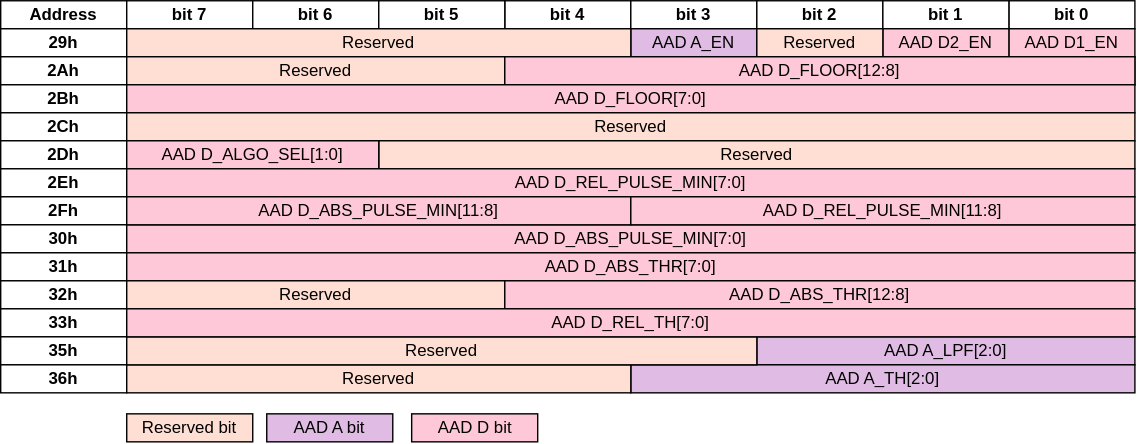
Earlier version of the draw.io export 01-Report/diagram/mic-register-map.drawio.svg (DrinkDark/Master_TM_DataCollar). Source tidied: cells renumbered, new cells last; positions are measured from the earlier drawing's top-left corner, leaving out a move shared by most shapes.
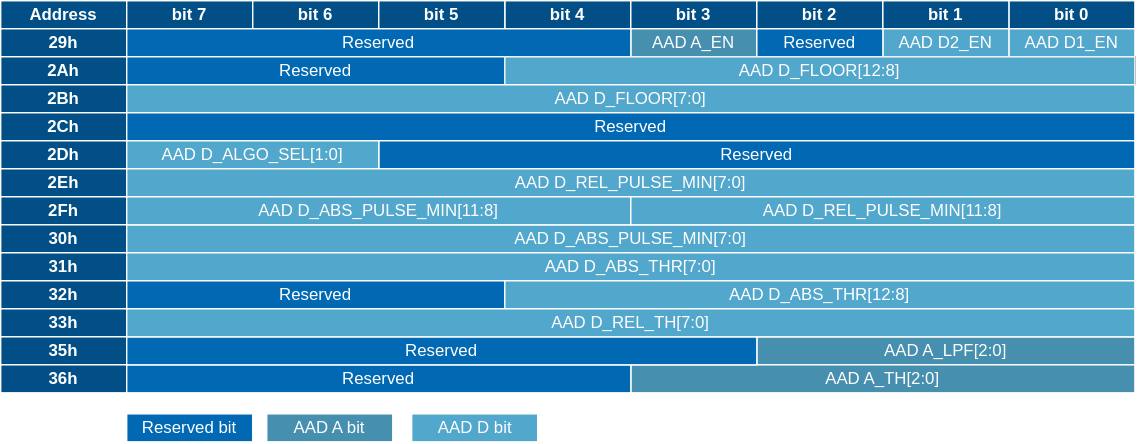
The same diagram one commit later.

Diff of the diagram source:
```diff
@@ -2,151 +2,154 @@
   <root>
     <mxCell id="0" />
     <mxCell id="1" parent="0" />
-    <mxCell id="2" value="Address" style="rounded=0;whiteSpace=wrap;html=1;fontStyle=1;fontSize=12;" parent="1" vertex="1">
+    <mxCell id="2" value="Address" style="rounded=0;whiteSpace=wrap;html=1;fontStyle=1;fontSize=12;strokeColor=#FFFFFF;fillColor=#014F86;fontColor=#FFFFFF;" parent="1" vertex="1">
       <mxGeometry width="90" height="20" as="geometry" />
     </mxCell>
-    <mxCell id="3" value="bit 7" style="rounded=0;whiteSpace=wrap;html=1;fontStyle=1;fontSize=12;" parent="1" vertex="1">
+    <mxCell id="3" value="bit 7" style="rounded=0;whiteSpace=wrap;html=1;fontStyle=1;fontSize=12;strokeColor=#FFFFFF;fillColor=#014F86;fontColor=#FFFFFF;" parent="1" vertex="1">
       <mxGeometry x="90" width="90" height="20" as="geometry" />
     </mxCell>
-    <mxCell id="4" value="bit 4" style="rounded=0;whiteSpace=wrap;html=1;fontStyle=1;fontSize=12;" parent="1" vertex="1">
+    <mxCell id="4" value="bit 4" style="rounded=0;whiteSpace=wrap;html=1;fontStyle=1;fontSize=12;strokeColor=#FFFFFF;fillColor=#014F86;fontColor=#FFFFFF;" parent="1" vertex="1">
       <mxGeometry x="360" width="90" height="20" as="geometry" />
     </mxCell>
-    <mxCell id="5" value="bit 6" style="rounded=0;whiteSpace=wrap;html=1;fontStyle=1;fontSize=12;" parent="1" vertex="1">
+    <mxCell id="5" value="bit 6" style="rounded=0;whiteSpace=wrap;html=1;fontStyle=1;fontSize=12;strokeColor=#FFFFFF;fillColor=#014F86;fontColor=#FFFFFF;" parent="1" vertex="1">
       <mxGeometry x="180" width="90" height="20" as="geometry" />
     </mxCell>
+    <mxCell id="51" style="edgeStyle=orthogonalEdgeStyle;rounded=0;jettySize=auto;html=1;" parent="1" edge="1" source="6" target="42">
+      <mxGeometry relative="1" as="geometry" />
+    </mxCell>
-    <mxCell id="6" value="bit 5" style="rounded=0;whiteSpace=wrap;html=1;fontStyle=1;fontSize=12;" parent="1" vertex="1">
+    <mxCell id="6" value="bit 5" style="rounded=0;whiteSpace=wrap;html=1;fontStyle=1;fontSize=12;strokeColor=#FFFFFF;fillColor=#014F86;fontColor=#FFFFFF;" parent="1" vertex="1">
       <mxGeometry x="270" width="90" height="20" as="geometry" />
     </mxCell>
-    <mxCell id="7" value="bit 3" style="rounded=0;whiteSpace=wrap;html=1;fontStyle=1;fontSize=12;" parent="1" vertex="1">
+    <mxCell id="7" value="bit 3" style="rounded=0;whiteSpace=wrap;html=1;fontStyle=1;fontSize=12;strokeColor=#FFFFFF;fillColor=#014F86;fontColor=#FFFFFF;" parent="1" vertex="1">
       <mxGeometry x="450" width="90" height="20" as="geometry" />
     </mxCell>
-    <mxCell id="8" value="bit 0" style="rounded=0;whiteSpace=wrap;html=1;fontStyle=1;fontSize=12;" parent="1" vertex="1">
+    <mxCell id="8" value="bit 0" style="rounded=0;whiteSpace=wrap;html=1;fontStyle=1;fontSize=12;strokeColor=#FFFFFF;fillColor=#014F86;fontColor=#FFFFFF;" parent="1" vertex="1">
       <mxGeometry x="720" width="90" height="20" as="geometry" />
     </mxCell>
-    <mxCell id="9" value="bit 2" style="rounded=0;whiteSpace=wrap;html=1;fontStyle=1;fontSize=12;" parent="1" vertex="1">
+    <mxCell id="9" value="bit 2" style="rounded=0;whiteSpace=wrap;html=1;fontStyle=1;fontSize=12;strokeColor=#FFFFFF;fillColor=#014F86;fontColor=#FFFFFF;" parent="1" vertex="1">
       <mxGeometry x="540" width="90" height="20" as="geometry" />
     </mxCell>
-    <mxCell id="10" value="bit 1" style="rounded=0;whiteSpace=wrap;html=1;fontStyle=1;fontSize=12;" parent="1" vertex="1">
+    <mxCell id="10" value="bit 1" style="rounded=0;whiteSpace=wrap;html=1;fontStyle=1;fontSize=12;strokeColor=#FFFFFF;fillColor=#014F86;fontColor=#FFFFFF;" parent="1" vertex="1">
       <mxGeometry x="630" width="90" height="20" as="geometry" />
     </mxCell>
-    <mxCell id="11" value="29h" style="rounded=0;whiteSpace=wrap;html=1;fontStyle=1;fontSize=12;" parent="1" vertex="1">
+    <mxCell id="11" value="29h" style="rounded=0;whiteSpace=wrap;html=1;fontStyle=1;fontSize=12;strokeColor=#FFFFFF;fillColor=#014F86;fontColor=#FFFFFF;" parent="1" vertex="1">
       <mxGeometry y="20" width="90" height="20" as="geometry" />
     </mxCell>
-    <mxCell id="12" value="2Ah" style="rounded=0;whiteSpace=wrap;html=1;fontStyle=1;fontSize=12;" parent="1" vertex="1">
+    <mxCell id="12" value="2Ah" style="rounded=0;whiteSpace=wrap;html=1;fontStyle=1;fontSize=12;strokeColor=#FFFFFF;fillColor=#014F86;fontColor=#FFFFFF;" parent="1" vertex="1">
       <mxGeometry y="40" width="90" height="20" as="geometry" />
     </mxCell>
-    <mxCell id="13" value="2Bh" style="rounded=0;whiteSpace=wrap;html=1;fontStyle=1;fontSize=12;" parent="1" vertex="1">
+    <mxCell id="13" value="2Bh" style="rounded=0;whiteSpace=wrap;html=1;fontStyle=1;fontSize=12;strokeColor=#FFFFFF;fillColor=#014F86;fontColor=#FFFFFF;" parent="1" vertex="1">
       <mxGeometry y="60" width="90" height="20" as="geometry" />
     </mxCell>
-    <mxCell id="14" value="2Ch" style="rounded=0;whiteSpace=wrap;html=1;fontStyle=1;fontSize=12;" parent="1" vertex="1">
+    <mxCell id="14" value="2Ch" style="rounded=0;whiteSpace=wrap;html=1;fontStyle=1;fontSize=12;strokeColor=#FFFFFF;fillColor=#014F86;fontColor=#FFFFFF;" parent="1" vertex="1">
       <mxGeometry y="80" width="90" height="20" as="geometry" />
     </mxCell>
-    <mxCell id="15" value="2Dh" style="rounded=0;whiteSpace=wrap;html=1;fontStyle=1;fontSize=12;" parent="1" vertex="1">
+    <mxCell id="15" value="2Dh" style="rounded=0;whiteSpace=wrap;html=1;fontStyle=1;fontSize=12;strokeColor=#FFFFFF;fillColor=#014F86;fontColor=#FFFFFF;" parent="1" vertex="1">
       <mxGeometry y="100" width="90" height="20" as="geometry" />
     </mxCell>
-    <mxCell id="16" value="2Eh" style="rounded=0;whiteSpace=wrap;html=1;fontStyle=1;fontSize=12;" parent="1" vertex="1">
+    <mxCell id="16" value="2Eh" style="rounded=0;whiteSpace=wrap;html=1;fontStyle=1;fontSize=12;strokeColor=#FFFFFF;fillColor=#014F86;fontColor=#FFFFFF;" parent="1" vertex="1">
       <mxGeometry y="120" width="90" height="20" as="geometry" />
     </mxCell>
-    <mxCell id="17" value="2Fh" style="rounded=0;whiteSpace=wrap;html=1;fontStyle=1;fontSize=12;" parent="1" vertex="1">
+    <mxCell id="17" value="2Fh" style="rounded=0;whiteSpace=wrap;html=1;fontStyle=1;fontSize=12;strokeColor=#FFFFFF;fillColor=#014F86;fontColor=#FFFFFF;" parent="1" vertex="1">
       <mxGeometry y="140" width="90" height="20" as="geometry" />
     </mxCell>
-    <mxCell id="18" value="30h" style="rounded=0;whiteSpace=wrap;html=1;fontStyle=1;fontSize=12;" parent="1" vertex="1">
+    <mxCell id="18" value="30h" style="rounded=0;whiteSpace=wrap;html=1;fontStyle=1;fontSize=12;strokeColor=#FFFFFF;fillColor=#014F86;fontColor=#FFFFFF;" parent="1" vertex="1">
       <mxGeometry y="160" width="90" height="20" as="geometry" />
     </mxCell>
-    <mxCell id="19" value="31h" style="rounded=0;whiteSpace=wrap;html=1;fontStyle=1;fontSize=12;" parent="1" vertex="1">
+    <mxCell id="19" value="31h" style="rounded=0;whiteSpace=wrap;html=1;fontStyle=1;fontSize=12;strokeColor=#FFFFFF;fillColor=#014F86;fontColor=#FFFFFF;" parent="1" vertex="1">
       <mxGeometry y="180" width="90" height="20" as="geometry" />
     </mxCell>
-    <mxCell id="20" value="32h" style="rounded=0;whiteSpace=wrap;html=1;fontStyle=1;fontSize=12;" parent="1" vertex="1">
+    <mxCell id="20" value="32h" style="rounded=0;whiteSpace=wrap;html=1;fontStyle=1;fontSize=12;strokeColor=#FFFFFF;fillColor=#014F86;fontColor=#FFFFFF;" parent="1" vertex="1">
       <mxGeometry y="200" width="90" height="20" as="geometry" />
     </mxCell>
-    <mxCell id="21" value="33h" style="rounded=0;whiteSpace=wrap;html=1;fontStyle=1;fontSize=12;" parent="1" vertex="1">
+    <mxCell id="21" value="33h" style="rounded=0;whiteSpace=wrap;html=1;fontStyle=1;fontSize=12;strokeColor=#FFFFFF;fillColor=#014F86;fontColor=#FFFFFF;" parent="1" vertex="1">
       <mxGeometry y="220" width="90" height="20" as="geometry" />
     </mxCell>
-    <mxCell id="22" value="35h" style="rounded=0;whiteSpace=wrap;html=1;fontStyle=1;fontSize=12;" parent="1" vertex="1">
+    <mxCell id="22" value="35h" style="rounded=0;whiteSpace=wrap;html=1;fontStyle=1;fontSize=12;strokeColor=#FFFFFF;fillColor=#014F86;fontColor=#FFFFFF;" parent="1" vertex="1">
       <mxGeometry y="240" width="90" height="20" as="geometry" />
     </mxCell>
-    <mxCell id="23" value="36h" style="rounded=0;whiteSpace=wrap;html=1;fontStyle=1;fontSize=12;" parent="1" vertex="1">
+    <mxCell id="23" value="36h" style="rounded=0;whiteSpace=wrap;html=1;fontStyle=1;fontSize=12;strokeColor=#FFFFFF;fillColor=#014F86;fontColor=#FFFFFF;" parent="1" vertex="1">
       <mxGeometry y="260" width="90" height="20" as="geometry" />
     </mxCell>
-    <mxCell id="24" value="&lt;span style=&quot;font-weight: normal;&quot;&gt;AAD D1_EN&lt;/span&gt;" style="rounded=0;whiteSpace=wrap;html=1;fontStyle=1;fontSize=12;fillColor=#FEC8D8;" parent="1" vertex="1">
+    <mxCell id="24" value="&lt;span style=&quot;font-weight: normal;&quot;&gt;AAD D1_EN&lt;/span&gt;" style="rounded=0;whiteSpace=wrap;html=1;fontStyle=1;fontSize=12;fillColor=#52A7CC;fontColor=#FFFFFF;strokeColor=#FFFFFF;" parent="1" vertex="1">
       <mxGeometry x="720" y="20" width="90" height="20" as="geometry" />
     </mxCell>
-    <mxCell id="25" value="&lt;span style=&quot;font-weight: 400;&quot;&gt;AAD D2_EN&lt;/span&gt;" style="rounded=0;whiteSpace=wrap;html=1;fontStyle=1;fontSize=12;fillColor=#FEC8D8;" parent="1" vertex="1">
+    <mxCell id="25" value="&lt;span style=&quot;font-weight: 400;&quot;&gt;AAD D2_EN&lt;/span&gt;" style="rounded=0;whiteSpace=wrap;html=1;fontStyle=1;fontSize=12;fillColor=#52A7CC;fontColor=#FFFFFF;strokeColor=#FFFFFF;" parent="1" vertex="1">
       <mxGeometry x="630" y="20" width="90" height="20" as="geometry" />
     </mxCell>
-    <mxCell id="26" value="&lt;span style=&quot;font-weight: 400;&quot;&gt;AAD A_EN&lt;/span&gt;" style="rounded=0;whiteSpace=wrap;html=1;fontStyle=1;fontSize=12;fillColor=#E0BBE4;" parent="1" vertex="1">
+    <mxCell id="26" value="&lt;span style=&quot;font-weight: 400;&quot;&gt;AAD A_EN&lt;/span&gt;" style="rounded=0;whiteSpace=wrap;html=1;fontStyle=1;fontSize=12;fillColor=#468FAF;strokeColor=#FFFFFF;fontColor=#FFFFFF;" parent="1" vertex="1">
       <mxGeometry x="450" y="20" width="90" height="20" as="geometry" />
     </mxCell>
-    <mxCell id="27" value="&lt;span style=&quot;font-weight: normal;&quot;&gt;AAD A_LPF[2:0]&lt;/span&gt;" style="rounded=0;whiteSpace=wrap;html=1;fontStyle=1;fontSize=12;fillColor=#E0BBE4;" parent="1" vertex="1">
+    <mxCell id="27" value="&lt;span style=&quot;font-weight: normal;&quot;&gt;AAD A_LPF[2:0]&lt;/span&gt;" style="rounded=0;whiteSpace=wrap;html=1;fontStyle=1;fontSize=12;fillColor=#468FAF;strokeColor=#FFFFFF;fontColor=#FFFFFF;" parent="1" vertex="1">
       <mxGeometry x="540" y="240" width="270" height="20" as="geometry" />
     </mxCell>
-    <mxCell id="28" value="&lt;span style=&quot;font-weight: normal;&quot;&gt;AAD A_TH[2:0]&lt;/span&gt;" style="rounded=0;whiteSpace=wrap;html=1;fontStyle=1;fontSize=12;fillColor=#E0BBE4;" parent="1" vertex="1">
+    <mxCell id="28" value="&lt;span style=&quot;font-weight: normal;&quot;&gt;AAD A_TH[2:0]&lt;/span&gt;" style="rounded=0;whiteSpace=wrap;html=1;fontStyle=1;fontSize=12;fillColor=#468FAF;strokeColor=#FFFFFF;fontColor=#FFFFFF;" parent="1" vertex="1">
       <mxGeometry x="450" y="260" width="360" height="20" as="geometry" />
     </mxCell>
-    <mxCell id="29" value="&lt;span style=&quot;font-weight: normal;&quot;&gt;Reserved&lt;/span&gt;" style="rounded=0;whiteSpace=wrap;html=1;fontStyle=1;fontSize=12;fillColor=#FFDFD3;" parent="1" vertex="1">
+    <mxCell id="29" value="&lt;span style=&quot;font-weight: normal;&quot;&gt;Reserved&lt;/span&gt;" style="rounded=0;whiteSpace=wrap;html=1;fontStyle=1;fontSize=12;fillColor=#0169B3;strokeColor=#FFFFFF;fontColor=#FFFFFF;" parent="1" vertex="1">
       <mxGeometry x="90" y="260" width="360" height="20" as="geometry" />
     </mxCell>
-    <mxCell id="30" value="&lt;span style=&quot;font-weight: normal;&quot;&gt;Reserved&lt;/span&gt;" style="rounded=0;whiteSpace=wrap;html=1;fontStyle=1;fontSize=12;fillColor=#FFDFD3;" parent="1" vertex="1">
+    <mxCell id="30" value="&lt;span style=&quot;font-weight: normal;&quot;&gt;Reserved&lt;/span&gt;" style="rounded=0;whiteSpace=wrap;html=1;fontStyle=1;fontSize=12;fillColor=#0169B3;strokeColor=#FFFFFF;fontColor=#FFFFFF;" parent="1" vertex="1">
       <mxGeometry x="90" y="240" width="450" height="20" as="geometry" />
     </mxCell>
-    <mxCell id="31" value="&lt;span style=&quot;font-weight: normal;&quot;&gt;Reserved&lt;/span&gt;" style="rounded=0;whiteSpace=wrap;html=1;fontStyle=1;fontSize=12;fillColor=#FFDFD3;" parent="1" vertex="1">
+    <mxCell id="31" value="&lt;span style=&quot;font-weight: normal;&quot;&gt;Reserved&lt;/span&gt;" style="rounded=0;whiteSpace=wrap;html=1;fontStyle=1;fontSize=12;fillColor=#0169B3;strokeColor=#FFFFFF;fontColor=#FFFFFF;" parent="1" vertex="1">
       <mxGeometry x="90" y="20" width="360" height="20" as="geometry" />
     </mxCell>
-    <mxCell id="32" value="&lt;span style=&quot;font-weight: normal;&quot;&gt;Reserved&lt;/span&gt;" style="rounded=0;whiteSpace=wrap;html=1;fontStyle=1;fontSize=12;fillColor=#FFDFD3;" parent="1" vertex="1">
+    <mxCell id="32" value="&lt;span style=&quot;font-weight: normal;&quot;&gt;Reserved&lt;/span&gt;" style="rounded=0;whiteSpace=wrap;html=1;fontStyle=1;fontSize=12;fillColor=#0169B3;strokeColor=#FFFFFF;fontColor=#FFFFFF;" parent="1" vertex="1">
       <mxGeometry x="540" y="20" width="90" height="20" as="geometry" />
     </mxCell>
-    <mxCell id="33" value="&lt;span style=&quot;font-weight: normal;&quot;&gt;Reserved&lt;/span&gt;" style="rounded=0;whiteSpace=wrap;html=1;fontStyle=1;fontSize=12;fillColor=#FFDFD3;" parent="1" vertex="1">
+    <mxCell id="33" value="&lt;span style=&quot;font-weight: normal;&quot;&gt;Reserved&lt;/span&gt;" style="rounded=0;whiteSpace=wrap;html=1;fontStyle=1;fontSize=12;fillColor=#0169B3;strokeColor=#FFFFFF;fontColor=#FFFFFF;" parent="1" vertex="1">
       <mxGeometry x="90" y="40" width="270" height="20" as="geometry" />
     </mxCell>
     <mxCell id="34" value="&lt;span style=&quot;font-weight: normal;&quot;&gt;AAD D_FLOOR[12:8]&lt;/span&gt;" style="rounded=0;whiteSpace=wrap;html=1;fontStyle=1;fontSize=12;fillColor=#FEC8D8;" parent="1" vertex="1">
       <mxGeometry x="360" y="40" width="450" height="20" as="geometry" />
     </mxCell>
-    <mxCell id="35" value="&lt;span style=&quot;font-weight: normal;&quot;&gt;AAD D_FLOOR[12:8]&lt;/span&gt;" style="rounded=0;whiteSpace=wrap;html=1;fontStyle=1;fontSize=12;fillColor=#FEC8D8;" parent="1" vertex="1">
+    <mxCell id="35" value="&lt;span style=&quot;font-weight: normal;&quot;&gt;AAD D_FLOOR[12:8]&lt;/span&gt;" style="rounded=0;whiteSpace=wrap;html=1;fontStyle=1;fontSize=12;fillColor=#52A7CC;fontColor=#FFFFFF;strokeColor=#FFFFFF;" parent="1" vertex="1">
       <mxGeometry x="360" y="40" width="450" height="20" as="geometry" />
     </mxCell>
-    <mxCell id="36" value="&lt;span style=&quot;font-weight: normal;&quot;&gt;AAD D_FLOOR[7:0]&lt;/span&gt;" style="rounded=0;whiteSpace=wrap;html=1;fontStyle=1;fontSize=12;fillColor=#FEC8D8;" parent="1" vertex="1">
+    <mxCell id="36" value="&lt;span style=&quot;font-weight: normal;&quot;&gt;AAD D_FLOOR[7:0]&lt;/span&gt;" style="rounded=0;whiteSpace=wrap;html=1;fontStyle=1;fontSize=12;fillColor=#52A7CC;fontColor=#FFFFFF;strokeColor=#FFFFFF;" parent="1" vertex="1">
       <mxGeometry x="90" y="60" width="720" height="20" as="geometry" />
     </mxCell>
-    <mxCell id="37" value="&lt;span style=&quot;font-weight: normal;&quot;&gt;Reserved&lt;/span&gt;" style="rounded=0;whiteSpace=wrap;html=1;fontStyle=1;fontSize=12;fillColor=#FFDFD3;" parent="1" vertex="1">
+    <mxCell id="37" value="&lt;span style=&quot;font-weight: normal;&quot;&gt;Reserved&lt;/span&gt;" style="rounded=0;whiteSpace=wrap;html=1;fontStyle=1;fontSize=12;fillColor=#0169B3;strokeColor=#FFFFFF;fontColor=#FFFFFF;" parent="1" vertex="1">
       <mxGeometry x="90" y="80" width="720" height="20" as="geometry" />
     </mxCell>
-    <mxCell id="38" value="&lt;span style=&quot;font-weight: normal;&quot;&gt;Reserved&lt;/span&gt;" style="rounded=0;whiteSpace=wrap;html=1;fontStyle=1;fontSize=12;fillColor=#FFDFD3;" parent="1" vertex="1">
+    <mxCell id="38" value="&lt;span style=&quot;font-weight: normal;&quot;&gt;Reserved&lt;/span&gt;" style="rounded=0;whiteSpace=wrap;html=1;fontStyle=1;fontSize=12;fillColor=#0169B3;strokeColor=#FFFFFF;fontColor=#FFFFFF;" parent="1" vertex="1">
       <mxGeometry x="270" y="100" width="540" height="20" as="geometry" />
     </mxCell>
-    <mxCell id="39" value="&lt;span style=&quot;font-weight: normal;&quot;&gt;AAD D_ALGO_SEL[1:0]&lt;/span&gt;" style="rounded=0;whiteSpace=wrap;html=1;fontStyle=1;fontSize=12;fillColor=#FEC8D8;" parent="1" vertex="1">
+    <mxCell id="39" value="&lt;span style=&quot;font-weight: normal;&quot;&gt;AAD D_ALGO_SEL[1:0]&lt;/span&gt;" style="rounded=0;whiteSpace=wrap;html=1;fontStyle=1;fontSize=12;fillColor=#52A7CC;fontColor=#FFFFFF;strokeColor=#FFFFFF;" parent="1" vertex="1">
       <mxGeometry x="90" y="100" width="180" height="20" as="geometry" />
     </mxCell>
-    <mxCell id="40" value="&lt;span style=&quot;font-weight: normal;&quot;&gt;AAD D_REL_PULSE_MIN[7:0]&lt;/span&gt;" style="rounded=0;whiteSpace=wrap;html=1;fontStyle=1;fontSize=12;fillColor=#FEC8D8;" parent="1" vertex="1">
+    <mxCell id="40" value="&lt;span style=&quot;font-weight: normal;&quot;&gt;AAD D_REL_PULSE_MIN[7:0]&lt;/span&gt;" style="rounded=0;whiteSpace=wrap;html=1;fontStyle=1;fontSize=12;fillColor=#52A7CC;fontColor=#FFFFFF;strokeColor=#FFFFFF;" parent="1" vertex="1">
       <mxGeometry x="90" y="120" width="720" height="20" as="geometry" />
     </mxCell>
-    <mxCell id="41" value="&lt;span style=&quot;font-weight: normal;&quot;&gt;AAD D_ABS_PULSE_MIN[7:0]&lt;/span&gt;" style="rounded=0;whiteSpace=wrap;html=1;fontStyle=1;fontSize=12;fillColor=#FEC8D8;" parent="1" vertex="1">
+    <mxCell id="41" value="&lt;span style=&quot;font-weight: normal;&quot;&gt;AAD D_ABS_PULSE_MIN[7:0]&lt;/span&gt;" style="rounded=0;whiteSpace=wrap;html=1;fontStyle=1;fontSize=12;fillColor=#52A7CC;fontColor=#FFFFFF;strokeColor=#FFFFFF;" parent="1" vertex="1">
       <mxGeometry x="90" y="160" width="720" height="20" as="geometry" />
     </mxCell>
-    <mxCell id="42" value="&lt;span style=&quot;font-weight: normal;&quot;&gt;AAD D_ABS_PULSE_MIN[11:8]&lt;/span&gt;" style="rounded=0;whiteSpace=wrap;html=1;fontStyle=1;fontSize=12;fillColor=#FEC8D8;" parent="1" vertex="1">
+    <mxCell id="42" value="&lt;span style=&quot;font-weight: normal;&quot;&gt;AAD D_ABS_PULSE_MIN[11:8]&lt;/span&gt;" style="rounded=0;whiteSpace=wrap;html=1;fontStyle=1;fontSize=12;fillColor=#52A7CC;fontColor=#FFFFFF;strokeColor=#FFFFFF;" parent="1" vertex="1">
       <mxGeometry x="90" y="140" width="360" height="20" as="geometry" />
     </mxCell>
-    <mxCell id="43" value="&lt;span style=&quot;font-weight: normal;&quot;&gt;AAD D_REL_PULSE_MIN[11:8]&lt;/span&gt;" style="rounded=0;whiteSpace=wrap;html=1;fontStyle=1;fontSize=12;fillColor=#FEC8D8;" parent="1" vertex="1">
+    <mxCell id="43" value="&lt;span style=&quot;font-weight: normal;&quot;&gt;AAD D_REL_PULSE_MIN[11:8]&lt;/span&gt;" style="rounded=0;whiteSpace=wrap;html=1;fontStyle=1;fontSize=12;fillColor=#52A7CC;fontColor=#FFFFFF;strokeColor=#FFFFFF;" parent="1" vertex="1">
       <mxGeometry x="450" y="140" width="360" height="20" as="geometry" />
     </mxCell>
-    <mxCell id="44" value="&lt;span style=&quot;font-weight: normal;&quot;&gt;AAD D_ABS_THR[7:0]&lt;/span&gt;" style="rounded=0;whiteSpace=wrap;html=1;fontStyle=1;fontSize=12;fillColor=#FEC8D8;" parent="1" vertex="1">
+    <mxCell id="44" value="&lt;span style=&quot;font-weight: normal;&quot;&gt;AAD D_ABS_THR[7:0]&lt;/span&gt;" style="rounded=0;whiteSpace=wrap;html=1;fontStyle=1;fontSize=12;fillColor=#52A7CC;fontColor=#FFFFFF;strokeColor=#FFFFFF;" parent="1" vertex="1">
       <mxGeometry x="90" y="180" width="720" height="20" as="geometry" />
     </mxCell>
-    <mxCell id="45" value="&lt;span style=&quot;font-weight: normal;&quot;&gt;Reserved&lt;/span&gt;" style="rounded=0;whiteSpace=wrap;html=1;fontStyle=1;fontSize=12;fillColor=#FFDFD3;" parent="1" vertex="1">
+    <mxCell id="45" value="&lt;span style=&quot;font-weight: normal;&quot;&gt;Reserved&lt;/span&gt;" style="rounded=0;whiteSpace=wrap;html=1;fontStyle=1;fontSize=12;fillColor=#0169B3;strokeColor=#FFFFFF;fontColor=#FFFFFF;" parent="1" vertex="1">
       <mxGeometry x="90" y="200" width="270" height="20" as="geometry" />
     </mxCell>
-    <mxCell id="46" value="&lt;span style=&quot;font-weight: normal;&quot;&gt;AAD D_ABS_THR[12:8]&lt;/span&gt;" style="rounded=0;whiteSpace=wrap;html=1;fontStyle=1;fontSize=12;fillColor=#FEC8D8;" parent="1" vertex="1">
+    <mxCell id="46" value="&lt;span style=&quot;font-weight: normal;&quot;&gt;AAD D_ABS_THR[12:8]&lt;/span&gt;" style="rounded=0;whiteSpace=wrap;html=1;fontStyle=1;fontSize=12;fillColor=#52A7CC;fontColor=#FFFFFF;strokeColor=#FFFFFF;" parent="1" vertex="1">
       <mxGeometry x="360" y="200" width="450" height="20" as="geometry" />
     </mxCell>
-    <mxCell id="47" value="&lt;span style=&quot;font-weight: normal;&quot;&gt;AAD D_REL_TH[7:0]&lt;/span&gt;" style="rounded=0;whiteSpace=wrap;html=1;fontStyle=1;fontSize=12;fillColor=#FEC8D8;" parent="1" vertex="1">
+    <mxCell id="47" value="&lt;span style=&quot;font-weight: normal;&quot;&gt;AAD D_REL_TH[7:0]&lt;/span&gt;" style="rounded=0;whiteSpace=wrap;html=1;fontStyle=1;fontSize=12;fillColor=#52A7CC;fontColor=#FFFFFF;strokeColor=#FFFFFF;" parent="1" vertex="1">
       <mxGeometry x="90" y="220" width="720" height="20" as="geometry" />
     </mxCell>
-    <mxCell id="48" value="&lt;span style=&quot;font-weight: normal;&quot;&gt;Reserved bit&lt;/span&gt;" style="rounded=0;whiteSpace=wrap;html=1;fontStyle=1;fontSize=12;fillColor=#FFDFD3;" parent="1" vertex="1">
+    <mxCell id="48" value="&lt;span style=&quot;font-weight: normal;&quot;&gt;Reserved bit&lt;/span&gt;" style="rounded=0;whiteSpace=wrap;html=1;fontStyle=1;fontSize=12;fillColor=#0169B3;strokeColor=#FFFFFF;fontColor=#FFFFFF;" parent="1" vertex="1">
       <mxGeometry x="90" y="295" width="90" height="20" as="geometry" />
     </mxCell>
-    <mxCell id="49" value="&lt;span style=&quot;font-weight: 400;&quot;&gt;AAD A bit&lt;/span&gt;" style="rounded=0;whiteSpace=wrap;html=1;fontStyle=1;fontSize=12;fillColor=#E0BBE4;" parent="1" vertex="1">
+    <mxCell id="49" value="&lt;span style=&quot;font-weight: 400;&quot;&gt;AAD A bit&lt;/span&gt;" style="rounded=0;whiteSpace=wrap;html=1;fontStyle=1;fontSize=12;fillColor=#468FAF;strokeColor=#FFFFFF;fontColor=#FFFFFF;" parent="1" vertex="1">
       <mxGeometry x="190" y="295" width="90" height="20" as="geometry" />
     </mxCell>
-    <mxCell id="50" value="&lt;span style=&quot;font-weight: normal;&quot;&gt;AAD D bit&lt;/span&gt;" style="rounded=0;whiteSpace=wrap;html=1;fontStyle=1;fontSize=12;fillColor=#FEC8D8;" parent="1" vertex="1">
+    <mxCell id="50" value="&lt;span style=&quot;font-weight: normal;&quot;&gt;AAD D bit&lt;/span&gt;" style="rounded=0;whiteSpace=wrap;html=1;fontStyle=1;fontSize=12;fillColor=#52A7CC;fontColor=#FFFFFF;strokeColor=#FFFFFF;" parent="1" vertex="1">
       <mxGeometry x="293.5" y="295" width="90" height="20" as="geometry" />
     </mxCell>
   </root>
```
